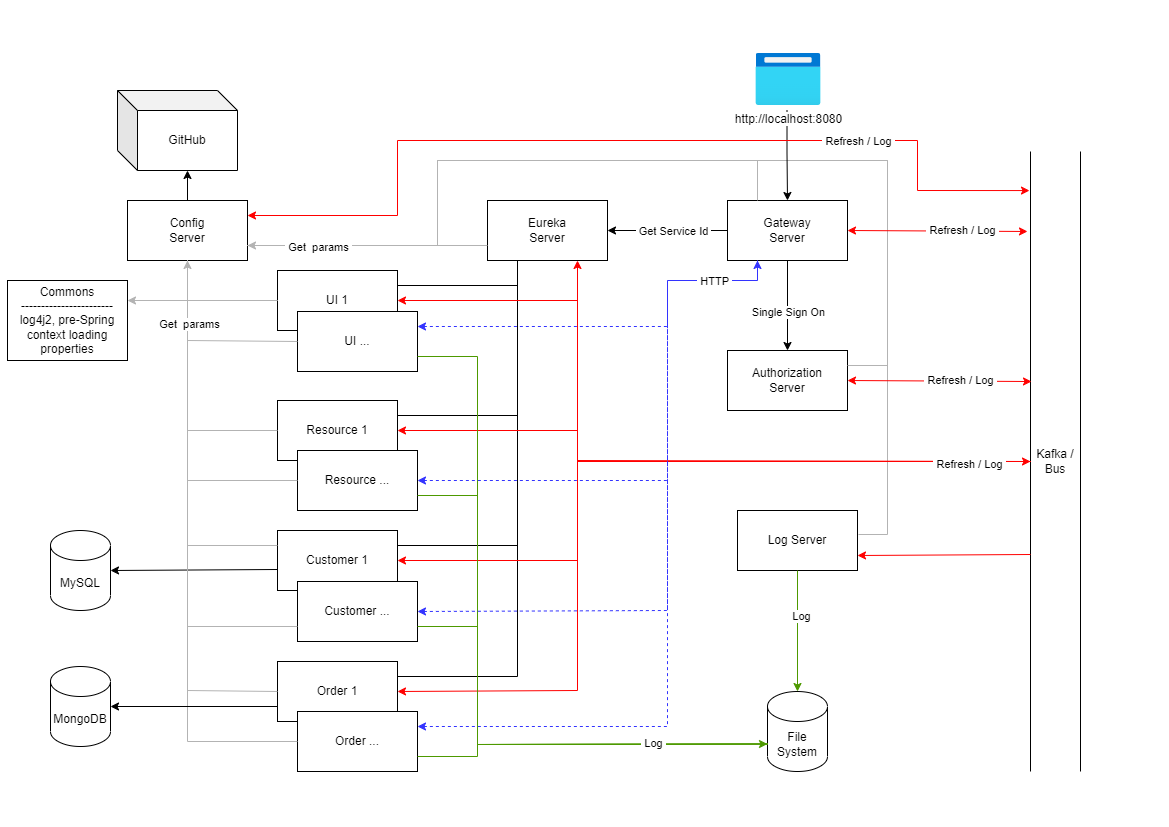
arslucky/spring-projects keeps this draw.io diagram as oauth2/oauth2.drawio.png. Above is the earlier version. Source tidied: cells renumbered, new cells last; positions are measured from the earlier drawing's top-left corner, leaving out a move shared by most shapes.
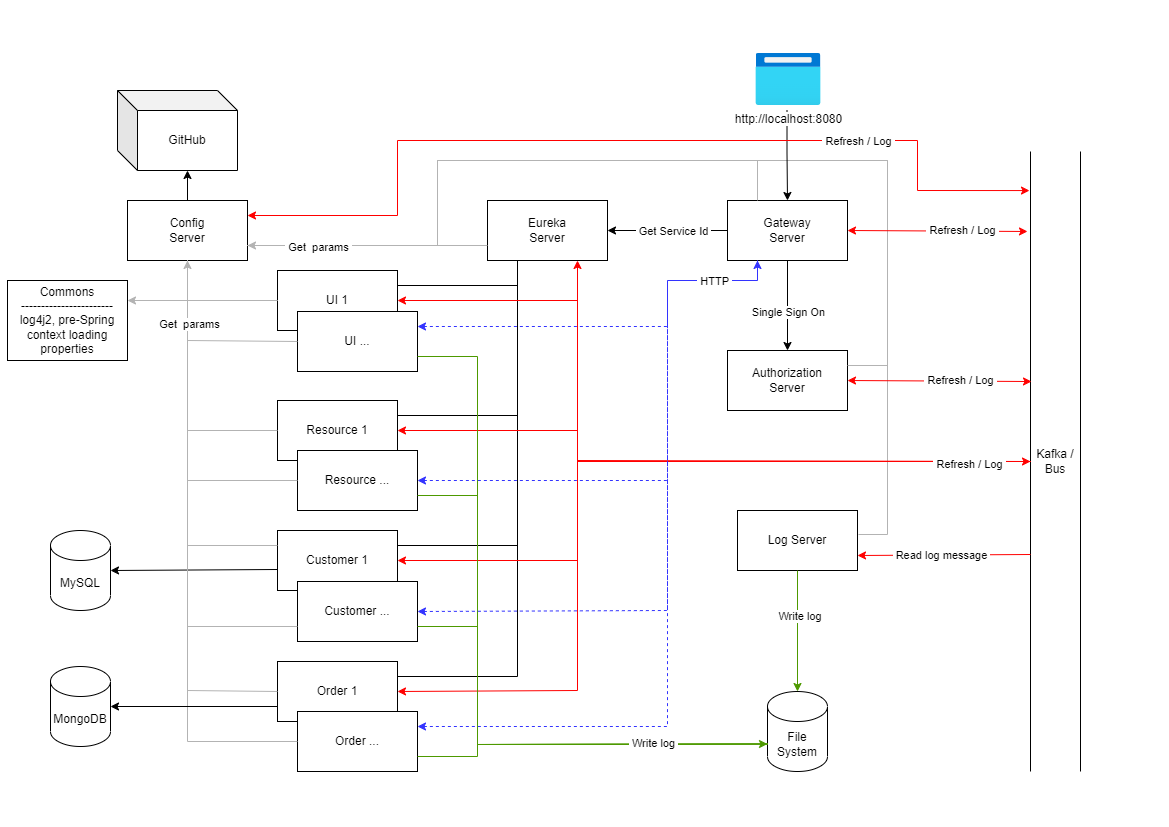
The same file after the commit.

Commit message:
added resource paragraph, some TODO comments, extra comments in the diagram

The edit, as a diff of the source:
```diff
@@ -270,6 +270,11 @@
     <mxCell id="55" style="endArrow=classic;html=1;rounded=0;entryX=1;entryY=0.75;entryDx=0;entryDy=0;strokeColor=#FF0000;exitX=0.65;exitY=1;exitDx=0;exitDy=0;exitPerimeter=0;" parent="1" edge="1" source="18" target="5">
       <mxGeometry relative="1" as="geometry" />
     </mxCell>
+    <mxCell id="74" value="&amp;nbsp;Read log message&amp;nbsp;" style="edgeLabel;html=1;align=center;verticalAlign=middle;" parent="55" vertex="1">
+      <mxGeometry x="0.18" relative="1" as="geometry">
+        <mxPoint x="12" as="offset" />
+      </mxGeometry>
+    </mxCell>
     <mxCell id="56" style="endArrow=classic;html=1;rounded=0;strokeColor=#FF0000;endFill=1;entryX=0.063;entryY=1.02;entryDx=0;entryDy=0;exitX=1;exitY=0.25;exitDx=0;exitDy=0;entryPerimeter=0;startArrow=classic;startFill=1;" parent="1" edge="1" source="4" target="18">
       <mxGeometry relative="1" as="geometry">
         <Array as="points">
@@ -291,7 +296,7 @@
     <mxCell id="59" style="endArrow=classic;html=1;rounded=0;entryX=0.5;entryY=0;entryDx=0;entryDy=0;entryPerimeter=0;exitX=0.5;exitY=1;exitDx=0;exitDy=0;strokeColor=#4D9900;" parent="1" edge="1" source="5" target="58">
       <mxGeometry relative="1" as="geometry" />
     </mxCell>
-    <mxCell id="60" value="&amp;nbsp;Log&amp;nbsp;" style="edgeLabel;html=1;align=center;verticalAlign=middle;" parent="59" vertex="1">
+    <mxCell id="60" value="Write log&amp;nbsp;" style="edgeLabel;html=1;align=center;verticalAlign=middle;" parent="59" vertex="1">
       <mxGeometry x="-0.26" y="3" relative="1" as="geometry" />
     </mxCell>
     <mxCell id="61" style="endArrow=classic;html=1;rounded=0;strokeColor=#4D9900;entryX=0;entryY=0;entryDx=0;entryDy=52.5;entryPerimeter=0;endFill=1;" parent="1" edge="1" target="58">
@@ -327,7 +332,7 @@
         </Array>
       </mxGeometry>
     </mxCell>
-    <mxCell id="65" value="&amp;nbsp;Log&amp;nbsp;" style="edgeLabel;html=1;align=center;verticalAlign=middle;" parent="64" vertex="1">
+    <mxCell id="65" value="&amp;nbsp;Write log&amp;nbsp;" style="edgeLabel;html=1;align=center;verticalAlign=middle;" parent="64" vertex="1">
       <mxGeometry x="0.37" y="1" relative="1" as="geometry" />
     </mxCell>
     <mxCell id="66" style="endArrow=classic;html=1;rounded=0;strokeColor=#3333FF;endFill=1;exitX=1;exitY=0.25;exitDx=0;exitDy=0;entryX=0.25;entryY=1;entryDx=0;entryDy=0;startArrow=classic;startFill=1;dashed=1;" parent="1" edge="1" source="8" target="2">
```
